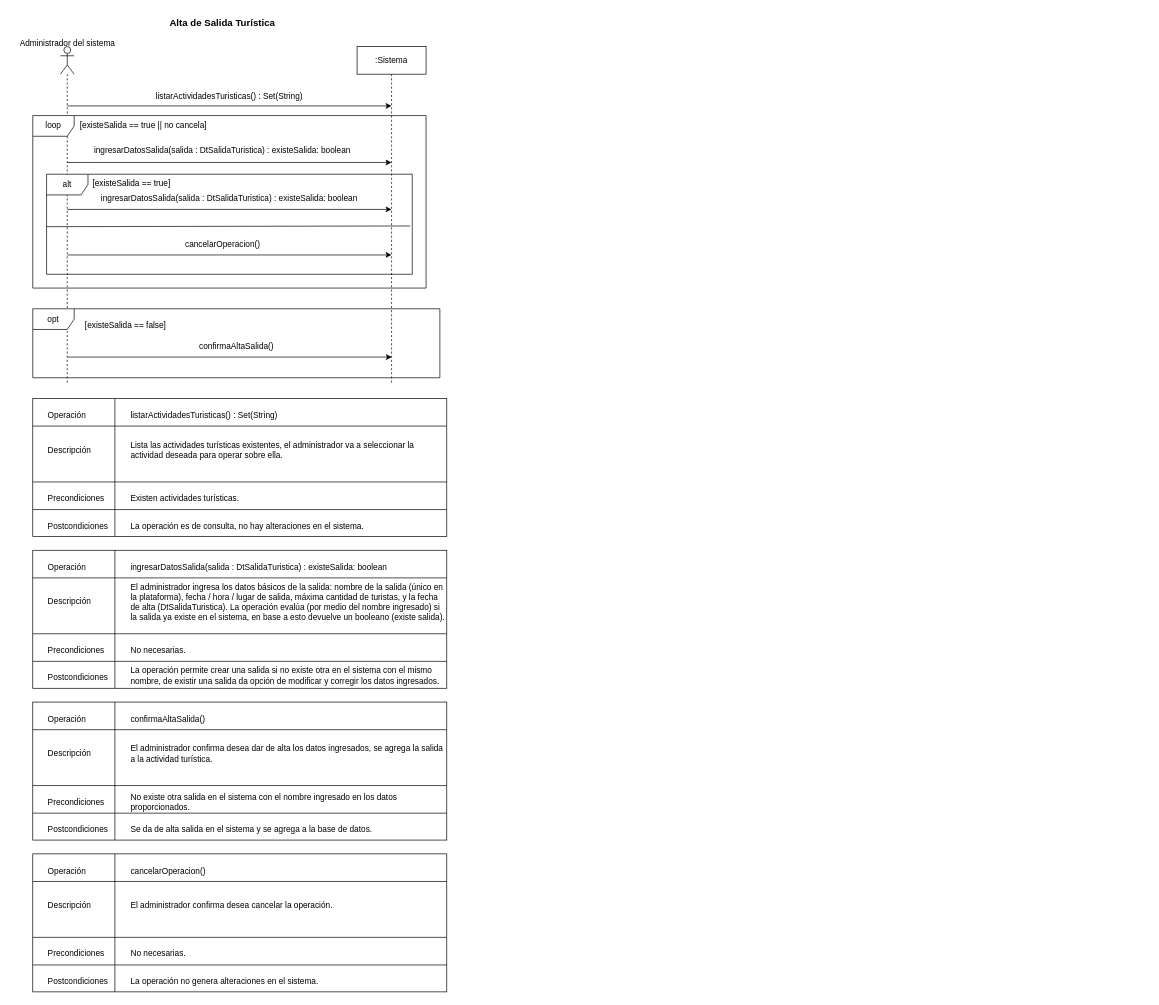
rofernandezm/Tencnoinf_Pap2025_Tarea1 keeps this draw.io diagram as page "CU6_AltaSalidaTurística" (6 of 10) of resources/Tarea1.drawio. Above is the earlier version. Source tidied: cells renumbered, new cells numbered last; positions are measured from the earlier drawing's top-left corner, leaving out a move shared by most shapes. Both pictures are drawn from the tidied source at 69%, with x=0, y=0 at pixel (12, 12).
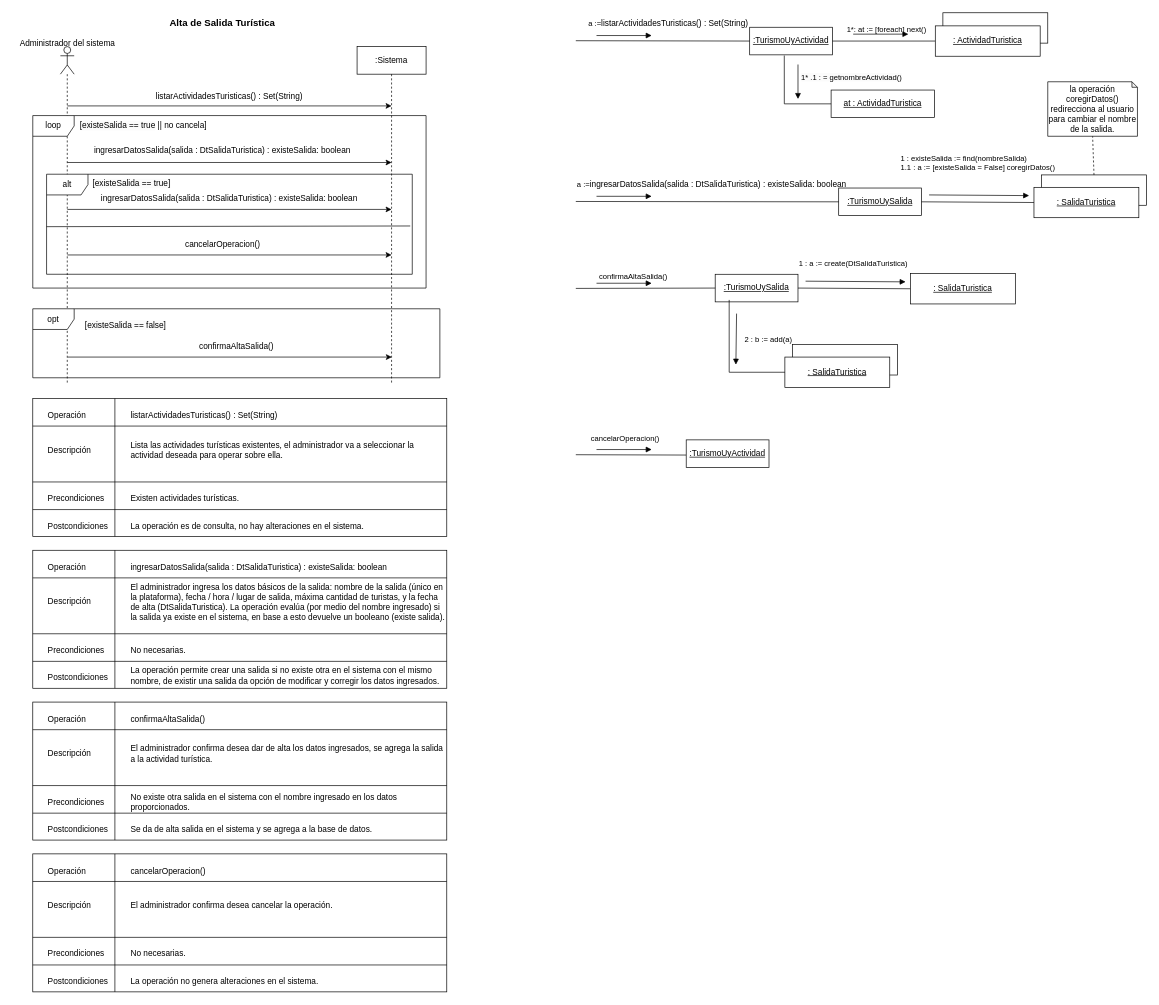
The same diagram, later.

Commit message:
Diagrama de Comunicacion Caso de uso 6

What changed in the source:
```diff
@@
+    <mxCell id="77" value="&lt;u&gt;:TurismoUyActividad&lt;/u&gt;" style="html=1;whiteSpace=wrap;" parent="1" vertex="1">
+      <mxGeometry x="1069" y="22" width="120" height="40" as="geometry" />
+    </mxCell>
+    <mxCell id="78" style="html=1;verticalAlign=bottom;labelBackgroundColor=none;endArrow=none;endFill=0;endSize=6;align=left;rounded=0;entryX=0;entryY=0.5;entryDx=0;entryDy=0;" parent="1" edge="1" target="77">
+      <mxGeometry x="-1" y="16" relative="1" as="geometry">
+        <mxPoint x="817" y="41.5" as="sourcePoint" />
+      </mxGeometry>
+    </mxCell>
+    <mxCell id="79" style="html=1;verticalAlign=bottom;labelBackgroundColor=none;endArrow=block;endFill=1;endSize=6;align=left;rounded=0;" parent="1" edge="1">
+      <mxGeometry x="-1" relative="1" as="geometry">
+        <mxPoint x="847" y="34" as="sourcePoint" />
+        <mxPoint x="927" y="34" as="targetPoint" />
+      </mxGeometry>
+    </mxCell>
+    <mxCell id="80" value="1*: at := [foreach] next()" style="html=1;verticalAlign=bottom;labelBackgroundColor=none;endArrow=none;endFill=0;endSize=6;align=left;rounded=0;exitX=1;exitY=0.5;exitDx=0;exitDy=0;entryX=0;entryY=0.5;entryDx=0;entryDy=0;" parent="1" edge="1" source="77" target="86">
+      <mxGeometry x="-0.75" y="8" relative="1" as="geometry">
+        <mxPoint y="1" as="offset" />
+      </mxGeometry>
+    </mxCell>
+    <mxCell id="81" style="html=1;verticalAlign=bottom;labelBackgroundColor=none;endArrow=block;endFill=1;endSize=6;align=left;rounded=0;" parent="1" edge="1">
+      <mxGeometry x="-1" relative="1" as="geometry">
+        <mxPoint x="1219" y="32" as="sourcePoint" />
+        <mxPoint x="1299" y="32" as="targetPoint" />
+      </mxGeometry>
+    </mxCell>
+    <mxCell id="82" value="&lt;span style=&quot;font-size: 11px; text-align: left; text-wrap-mode: nowrap;&quot;&gt;a :=&lt;/span&gt;listarActividadesTuristicas() :&amp;nbsp;&lt;span style=&quot;text-wrap-mode: nowrap;&quot;&gt;Set(String)&amp;nbsp;&lt;/span&gt;" style="text;html=1;align=center;verticalAlign=middle;whiteSpace=wrap;rounded=0;" parent="1" vertex="1">
+      <mxGeometry x="817" y="2" width="272" height="30" as="geometry" />
+    </mxCell>
+    <mxCell id="83" value="cancelarOperacion()" style="html=1;verticalAlign=bottom;labelBackgroundColor=none;endArrow=none;endFill=0;endSize=6;align=left;rounded=0;entryX=0;entryY=0.5;entryDx=0;entryDy=0;" parent="1" edge="1">
+      <mxGeometry x="-0.75" y="15" relative="1" as="geometry">
+        <mxPoint x="817" y="641.5" as="sourcePoint" />
+        <mxPoint x="977" y="642" as="targetPoint" />
+      </mxGeometry>
+    </mxCell>
+    <mxCell id="84" style="html=1;verticalAlign=bottom;labelBackgroundColor=none;endArrow=block;endFill=1;endSize=6;align=left;rounded=0;" parent="1" edge="1">
+      <mxGeometry x="-1" relative="1" as="geometry">
+        <mxPoint x="847" y="634" as="sourcePoint" />
+        <mxPoint x="927" y="634" as="targetPoint" />
+      </mxGeometry>
+    </mxCell>
+    <mxCell id="85" style="html=1;whiteSpace=wrap;" parent="1" vertex="1">
+      <mxGeometry x="1349" y="1" width="152" height="44" as="geometry" />
+    </mxCell>
+    <mxCell id="86" value="&lt;div&gt;&lt;u&gt;: ActividadTuristica&lt;/u&gt;&lt;/div&gt;" style="html=1;whiteSpace=wrap;" parent="1" vertex="1">
+      <mxGeometry x="1338" y="20" width="152" height="44" as="geometry" />
+    </mxCell>
+    <mxCell id="87" value="&lt;u&gt;at : ActividadTuristica&lt;/u&gt;" style="html=1;whiteSpace=wrap;" parent="1" vertex="1">
+      <mxGeometry x="1187" y="113" width="150" height="40" as="geometry" />
+    </mxCell>
+    <mxCell id="88" style="endArrow=none;html=1;rounded=0;entryX=0.418;entryY=1.025;entryDx=0;entryDy=0;exitX=0;exitY=0.5;exitDx=0;exitDy=0;edgeStyle=orthogonalEdgeStyle;entryPerimeter=0;" parent="1" edge="1" source="87" target="77">
+      <mxGeometry relative="1" as="geometry" />
+    </mxCell>
+    <mxCell id="89" value="&lt;span style=&quot;font-size: 11px; text-wrap-mode: nowrap; background-color: rgb(251, 251, 251);&quot;&gt;1* .1 : = getnombreActividad()&lt;/span&gt;" style="text;whiteSpace=wrap;html=1;" parent="1" vertex="1">
+      <mxGeometry x="1142" y="81" width="120" height="50" as="geometry" />
+    </mxCell>
+    <mxCell id="90" style="html=1;verticalAlign=bottom;labelBackgroundColor=none;endArrow=block;endFill=1;endSize=6;align=left;rounded=0;" parent="1" edge="1">
+      <mxGeometry x="-1" relative="1" as="geometry">
+        <mxPoint x="1139" y="76" as="sourcePoint" />
+        <mxPoint x="1139" y="126" as="targetPoint" />
+      </mxGeometry>
+    </mxCell>
+    <mxCell id="91" value="&lt;u&gt;:TurismoUyActividad&lt;/u&gt;" style="html=1;whiteSpace=wrap;" parent="1" vertex="1">
+      <mxGeometry x="977" y="620" width="120" height="40" as="geometry" />
+    </mxCell>
+    <mxCell id="92" value="&lt;u&gt;:TurismoUySalida&lt;/u&gt;" style="html=1;whiteSpace=wrap;" parent="1" vertex="1">
+      <mxGeometry x="1198" y="255" width="120" height="40" as="geometry" />
+    </mxCell>
+    <mxCell id="93" style="html=1;verticalAlign=bottom;labelBackgroundColor=none;endArrow=none;endFill=0;endSize=6;align=left;rounded=0;entryX=0;entryY=0.5;entryDx=0;entryDy=0;" parent="1" edge="1" target="92">
+      <mxGeometry x="-1" y="16" relative="1" as="geometry">
+        <mxPoint x="817" y="274.5" as="sourcePoint" />
+      </mxGeometry>
+    </mxCell>
+    <mxCell id="94" style="html=1;verticalAlign=bottom;labelBackgroundColor=none;endArrow=block;endFill=1;endSize=6;align=left;rounded=0;" parent="1" edge="1">
+      <mxGeometry x="-1" relative="1" as="geometry">
+        <mxPoint x="847" y="267" as="sourcePoint" />
+        <mxPoint x="927" y="267" as="targetPoint" />
+      </mxGeometry>
+    </mxCell>
+    <mxCell id="95" style="html=1;verticalAlign=bottom;labelBackgroundColor=none;endArrow=none;endFill=0;endSize=6;align=left;rounded=0;exitX=1;exitY=0.5;exitDx=0;exitDy=0;entryX=0;entryY=0.5;entryDx=0;entryDy=0;" parent="1" edge="1" source="92" target="99">
+      <mxGeometry x="-1" y="50" relative="1" as="geometry">
+        <mxPoint x="-29" y="9" as="offset" />
+      </mxGeometry>
+    </mxCell>
+    <mxCell id="96" style="html=1;verticalAlign=bottom;labelBackgroundColor=none;endArrow=block;endFill=1;endSize=6;align=left;rounded=0;entryX=0;entryY=0.25;entryDx=0;entryDy=0;" parent="1" edge="1">
+      <mxGeometry x="-1" relative="1" as="geometry">
+        <mxPoint x="1329" y="265" as="sourcePoint" />
+        <mxPoint x="1474" y="266" as="targetPoint" />
+      </mxGeometry>
+    </mxCell>
+    <mxCell id="97" value="&lt;div style=&quot;&quot;&gt;&lt;span style=&quot;background-color: transparent; color: light-dark(rgb(0, 0, 0), rgb(255, 255, 255)); text-wrap-mode: nowrap; font-size: 11px;&quot;&gt;a :=&lt;/span&gt;&lt;span style=&quot;background-color: transparent;&quot;&gt;ingresarDatosSalida(salida : DtSalidaTuristica) : existeSalida: boolean&lt;/span&gt;&lt;span style=&quot;background-color: transparent; color: light-dark(rgb(0, 0, 0), rgb(255, 255, 255)); text-wrap-mode: nowrap;&quot;&gt;&amp;nbsp;&lt;/span&gt;&lt;/div&gt;" style="text;html=1;align=left;verticalAlign=middle;whiteSpace=wrap;rounded=0;" parent="1" vertex="1">
+      <mxGeometry x="817" y="235" width="412" height="30" as="geometry" />
+    </mxCell>
+    <mxCell id="98" style="html=1;whiteSpace=wrap;" parent="1" vertex="1">
+      <mxGeometry x="1492" y="236" width="152" height="44" as="geometry" />
+    </mxCell>
+    <mxCell id="99" value="&lt;div&gt;&lt;u&gt;: SalidaTuristica&lt;/u&gt;&lt;/div&gt;" style="html=1;whiteSpace=wrap;" parent="1" vertex="1">
+      <mxGeometry x="1481" y="254" width="152" height="44" as="geometry" />
+    </mxCell>
+    <mxCell id="100" value="&lt;div style=&quot;font-size: 11px; text-align: left; text-wrap-mode: nowrap;&quot;&gt;&lt;span style=&quot;text-wrap-style: initial;&quot;&gt;1 : existeSalida := find(nombreSalida)&lt;/span&gt;&lt;/div&gt;&lt;div style=&quot;font-size: 11px; text-align: left; text-wrap-mode: nowrap;&quot;&gt;&lt;span style=&quot;text-wrap-style: initial;&quot;&gt;1.1 : a :=&amp;nbsp;[existeSalida = False] coregirDatos()&lt;/span&gt;&lt;/div&gt;&lt;div style=&quot;font-size: 11px; text-align: left; text-wrap-mode: nowrap;&quot;&gt;&lt;br&gt;&lt;/div&gt;" style="text;html=1;align=center;verticalAlign=middle;whiteSpace=wrap;rounded=0;" parent="1" vertex="1">
+      <mxGeometry x="1239" y="211" width="322" height="30" as="geometry" />
+    </mxCell>
+    <mxCell id="101" value="&lt;u&gt;:TurismoUySalida&lt;/u&gt;" style="html=1;whiteSpace=wrap;" parent="1" vertex="1">
+      <mxGeometry x="1019" y="380" width="120" height="40" as="geometry" />
+    </mxCell>
+    <mxCell id="102" style="html=1;verticalAlign=bottom;labelBackgroundColor=none;endArrow=none;endFill=0;endSize=6;align=left;rounded=0;entryX=0;entryY=0.5;entryDx=0;entryDy=0;" parent="1" edge="1" target="101">
+      <mxGeometry x="-1" y="16" relative="1" as="geometry">
+        <mxPoint x="817" y="400.5" as="sourcePoint" />
+      </mxGeometry>
+    </mxCell>
+    <mxCell id="103" style="html=1;verticalAlign=bottom;labelBackgroundColor=none;endArrow=block;endFill=1;endSize=6;align=left;rounded=0;" parent="1" edge="1">
+      <mxGeometry x="-1" relative="1" as="geometry">
+        <mxPoint x="847" y="393" as="sourcePoint" />
+        <mxPoint x="927" y="393" as="targetPoint" />
+      </mxGeometry>
+    </mxCell>
+    <mxCell id="104" style="html=1;verticalAlign=bottom;labelBackgroundColor=none;endArrow=none;endFill=0;endSize=6;align=left;rounded=0;exitX=1;exitY=0.5;exitDx=0;exitDy=0;entryX=0;entryY=0.5;entryDx=0;entryDy=0;" parent="1" edge="1" source="101" target="107">
+      <mxGeometry x="-1" y="50" relative="1" as="geometry">
+        <mxPoint x="-29" y="9" as="offset" />
+      </mxGeometry>
+    </mxCell>
+    <mxCell id="105" style="html=1;verticalAlign=bottom;labelBackgroundColor=none;endArrow=block;endFill=1;endSize=6;align=left;rounded=0;entryX=0;entryY=0.25;entryDx=0;entryDy=0;" parent="1" edge="1">
+      <mxGeometry x="-1" relative="1" as="geometry">
+        <mxPoint x="1150" y="390" as="sourcePoint" />
+        <mxPoint x="1295" y="391" as="targetPoint" />
+      </mxGeometry>
+    </mxCell>
+    <mxCell id="106" value="&lt;div style=&quot;&quot;&gt;&lt;span style=&quot;font-size: 11px; text-wrap-mode: nowrap;&quot;&gt;confirmaAltaSalida()&lt;/span&gt;&lt;/div&gt;" style="text;html=1;align=left;verticalAlign=middle;whiteSpace=wrap;rounded=0;" parent="1" vertex="1">
+      <mxGeometry x="849" y="368" width="412" height="30" as="geometry" />
+    </mxCell>
+    <mxCell id="107" value="&lt;div&gt;&lt;u&gt;: SalidaTuristica&lt;/u&gt;&lt;/div&gt;" style="html=1;whiteSpace=wrap;" parent="1" vertex="1">
+      <mxGeometry x="1302" y="379" width="152" height="44" as="geometry" />
+    </mxCell>
+    <mxCell id="108" value="&lt;div style=&quot;text-align: left;&quot;&gt;&lt;span style=&quot;font-size: 11px; text-wrap-mode: nowrap;&quot;&gt;1 : a := create(DtSalidaTuristica)&amp;nbsp;&lt;/span&gt;&lt;/div&gt;" style="text;html=1;align=center;verticalAlign=middle;whiteSpace=wrap;rounded=0;" parent="1" vertex="1">
+      <mxGeometry x="1060" y="350" width="322" height="30" as="geometry" />
+    </mxCell>
+    <mxCell id="109" style="html=1;whiteSpace=wrap;" parent="1" vertex="1">
+      <mxGeometry x="1131" y="482" width="152" height="44" as="geometry" />
+    </mxCell>
+    <mxCell id="110" value="&lt;div&gt;&lt;u&gt;: SalidaTuristica&lt;/u&gt;&lt;/div&gt;" style="html=1;whiteSpace=wrap;" parent="1" vertex="1">
+      <mxGeometry x="1120" y="500" width="152" height="44" as="geometry" />
+    </mxCell>
+    <mxCell id="111" style="endArrow=none;html=1;rounded=0;exitX=0;exitY=0.5;exitDx=0;exitDy=0;edgeStyle=orthogonalEdgeStyle;entryX=0.169;entryY=0.929;entryDx=0;entryDy=0;entryPerimeter=0;" parent="1" edge="1" source="110" target="101">
+      <mxGeometry relative="1" as="geometry" />
+    </mxCell>
+    <mxCell id="112" value="&lt;span style=&quot;font-size: 11px; text-wrap-mode: nowrap;&quot;&gt;2 : b := add(a)&lt;/span&gt;" style="text;whiteSpace=wrap;html=1;" parent="1" vertex="1">
+      <mxGeometry x="1060" y="460" width="100" height="40" as="geometry" />
+    </mxCell>
+    <mxCell id="113" style="html=1;verticalAlign=bottom;labelBackgroundColor=none;endArrow=block;endFill=1;endSize=6;align=left;rounded=0;" parent="1" edge="1">
+      <mxGeometry x="-1" relative="1" as="geometry">
+        <mxPoint x="1050" y="437" as="sourcePoint" />
+        <mxPoint x="1049" y="511" as="targetPoint" />
+      </mxGeometry>
+    </mxCell>
+    <mxCell id="114" value="la operación coregirDatos() redirecciona al usuario para cambiar el nombre de la salida." style="shape=note;whiteSpace=wrap;html=1;backgroundOutline=1;darkOpacity=0.05;size=8;" parent="1" vertex="1">
+      <mxGeometry x="1501" y="101" width="130" height="79" as="geometry" />
+    </mxCell>
+    <mxCell id="115" style="endArrow=none;dashed=1;html=1;rounded=0;entryX=0.5;entryY=1;entryDx=0;entryDy=0;entryPerimeter=0;exitX=0.5;exitY=0;exitDx=0;exitDy=0;" parent="1" edge="1" source="98" target="114">
+      <mxGeometry relative="1" as="geometry" />
+    </mxCell>
```
